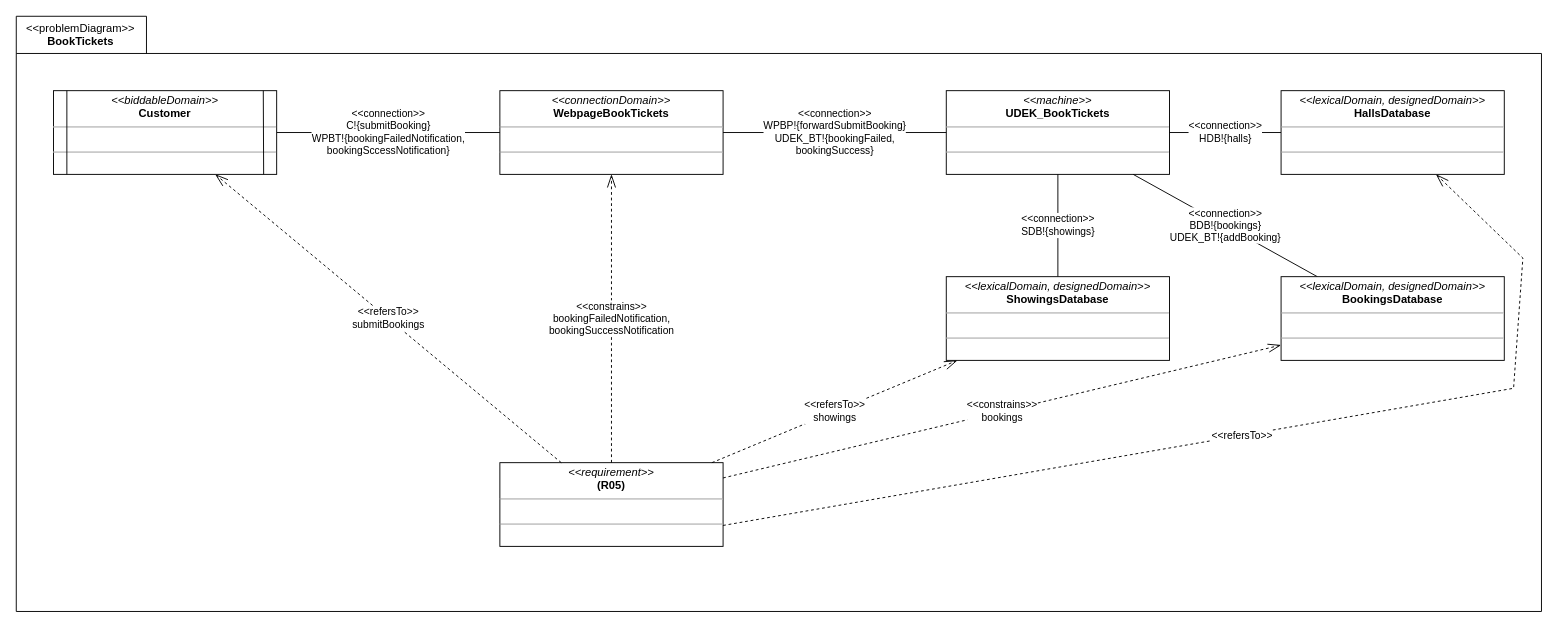
Above: page "PD" (1 of 2) of a03_problem_diagram_3.drawio in melvdlin/swtlab (draw.io), before the change. Source tidied: cells renumbered, new cells numbered last; positions are measured from the earlier drawing's top-left corner, leaving out a move shared by most shapes. Both pictures are drawn from the tidied source at 93%, with x=0, y=0 at pixel (16, 16).
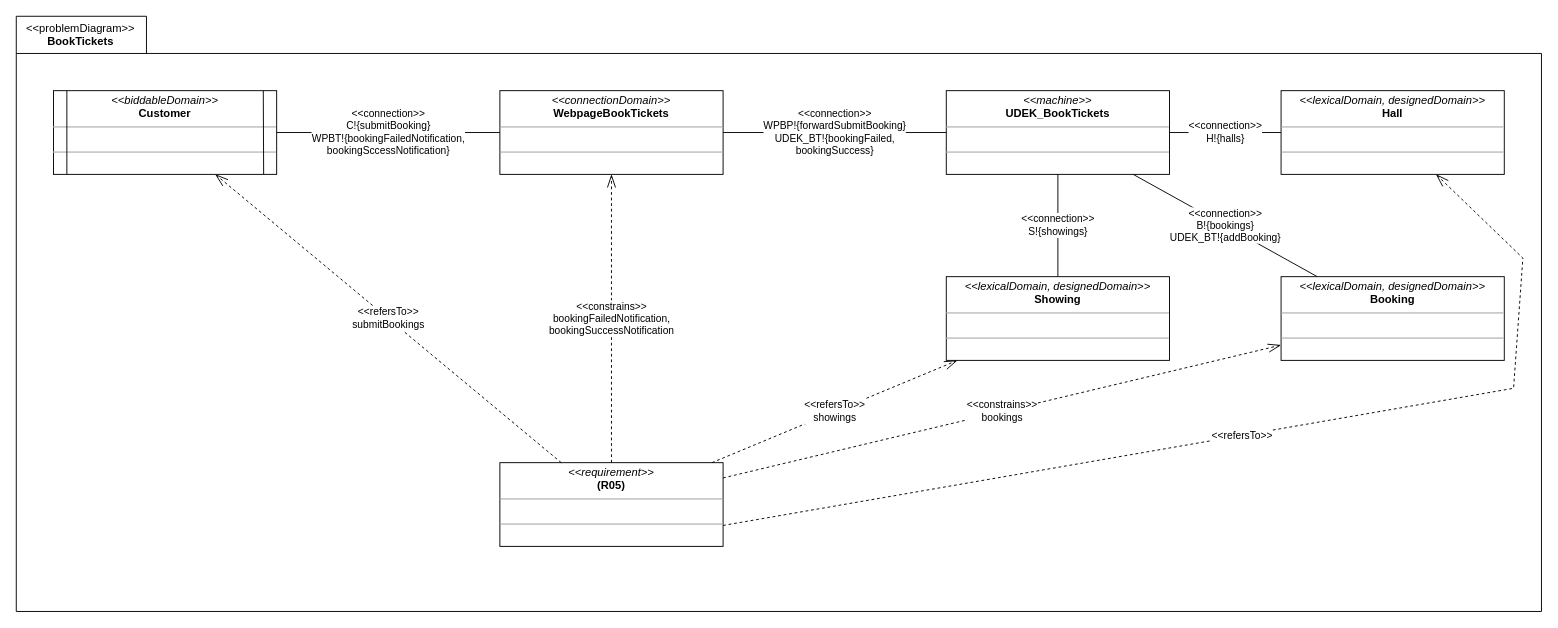
After the change.

Unchanged cells that the change refers to:
```xml
<mxCell id="3" style="group;" parent="2" vertex="1">
  <mxGeometry x="40" y="80" width="1580" height="490" as="geometry" />
</mxCell>
<mxCell id="5" value="&lt;p style=&quot;margin: 0px ; margin-top: 4px ; text-align: center&quot;&gt;&lt;i&gt;&amp;lt;&amp;lt;machine&amp;gt;&amp;gt;&lt;/i&gt;&lt;br&gt;&lt;b&gt;UDEK_BookTickets&lt;/b&gt;&lt;/p&gt;&lt;hr size=&quot;1&quot;&gt;&lt;p style=&quot;margin: 0px ; margin-left: 4px&quot;&gt;&lt;br&gt;&lt;/p&gt;&lt;hr size=&quot;1&quot;&gt;&lt;p style=&quot;margin: 0px ; margin-left: 4px&quot;&gt;&lt;br&gt;&lt;/p&gt;" style="verticalAlign=top;align=left;overflow=fill;fontSize=12;fontFamily=Helvetica;html=1;rounded=0;shadow=0;glass=0;comic=0;sketch=0;fontColor=default;gradientColor=none;" parent="3" vertex="1">
  <mxGeometry x="960" width="240" height="90" as="geometry" />
</mxCell>
```

Diff of the diagram source:
```diff
@@
-    <mxCell id="11" value="&amp;lt;&amp;lt;connection&amp;gt;&amp;gt;&lt;br&gt;BDB!{bookings}&lt;br&gt;UDEK_BT!{addBooking}" style="edgeStyle=none;rounded=0;jettySize=auto;html=1;endArrow=none;endFill=0;" parent="3" edge="1" source="12" target="5">
+    <mxCell id="11" value="&amp;lt;&amp;lt;connection&amp;gt;&amp;gt;&lt;br&gt;B!{bookings}&lt;br&gt;UDEK_BT!{addBooking}" style="edgeStyle=none;rounded=0;jettySize=auto;html=1;endArrow=none;endFill=0;" parent="3" edge="1" source="12" target="5">
       <mxGeometry relative="1" as="geometry" />
     </mxCell>
-    <mxCell id="12" value="&lt;p style=&quot;margin: 0px ; margin-top: 4px ; text-align: center&quot;&gt;&lt;i&gt;&amp;lt;&amp;lt;lexicalDomain, designedDomain&amp;gt;&amp;gt;&lt;/i&gt;&lt;br&gt;&lt;b&gt;BookingsDatabase&lt;/b&gt;&lt;/p&gt;&lt;hr size=&quot;1&quot;&gt;&lt;p style=&quot;margin: 0px ; margin-left: 4px&quot;&gt;&lt;br&gt;&lt;/p&gt;&lt;hr size=&quot;1&quot;&gt;&lt;p style=&quot;margin: 0px ; margin-left: 4px&quot;&gt;&lt;br&gt;&lt;/p&gt;" style="verticalAlign=top;align=left;overflow=fill;fontSize=12;fontFamily=Helvetica;html=1;rounded=0;shadow=0;glass=0;comic=0;sketch=0;fontColor=default;gradientColor=none;strokeWidth=1;" parent="3" vertex="1">
+    <mxCell id="12" value="&lt;p style=&quot;margin: 0px ; margin-top: 4px ; text-align: center&quot;&gt;&lt;i&gt;&amp;lt;&amp;lt;lexicalDomain, designedDomain&amp;gt;&amp;gt;&lt;/i&gt;&lt;br&gt;&lt;b&gt;Booking&lt;/b&gt;&lt;/p&gt;&lt;hr size=&quot;1&quot;&gt;&lt;p style=&quot;margin: 0px ; margin-left: 4px&quot;&gt;&lt;br&gt;&lt;/p&gt;&lt;hr size=&quot;1&quot;&gt;&lt;p style=&quot;margin: 0px ; margin-left: 4px&quot;&gt;&lt;br&gt;&lt;/p&gt;" style="verticalAlign=top;align=left;overflow=fill;fontSize=12;fontFamily=Helvetica;html=1;rounded=0;shadow=0;glass=0;comic=0;sketch=0;fontColor=default;gradientColor=none;strokeWidth=1;" parent="3" vertex="1">
       <mxGeometry x="1320" y="200" width="240" height="90" as="geometry" />
     </mxCell>
@@
-    <mxCell id="15" value="&amp;lt;&amp;lt;connection&amp;gt;&amp;gt;&lt;br&gt;SDB!{showings}" style="edgeStyle=none;rounded=0;jettySize=auto;html=1;endArrow=none;endFill=0;startSize=12;endSize=12;" parent="3" edge="1" source="16" target="5">
+    <mxCell id="15" value="&amp;lt;&amp;lt;connection&amp;gt;&amp;gt;&lt;br&gt;S!{showings}" style="edgeStyle=none;rounded=0;jettySize=auto;html=1;endArrow=none;endFill=0;startSize=12;endSize=12;" parent="3" edge="1" source="16" target="5">
       <mxGeometry relative="1" as="geometry" />
     </mxCell>
-    <mxCell id="16" value="&lt;p style=&quot;margin: 0px ; margin-top: 4px ; text-align: center&quot;&gt;&lt;i&gt;&amp;lt;&amp;lt;lexicalDomain, designedDomain&amp;gt;&amp;gt;&lt;/i&gt;&lt;br&gt;&lt;b&gt;ShowingsDatabase&lt;/b&gt;&lt;/p&gt;&lt;hr size=&quot;1&quot;&gt;&lt;p style=&quot;margin: 0px ; margin-left: 4px&quot;&gt;&lt;br&gt;&lt;/p&gt;&lt;hr size=&quot;1&quot;&gt;&lt;p style=&quot;margin: 0px ; margin-left: 4px&quot;&gt;&lt;br&gt;&lt;/p&gt;" style="verticalAlign=top;align=left;overflow=fill;fontSize=12;fontFamily=Helvetica;html=1;rounded=0;shadow=0;glass=0;comic=0;sketch=0;fontColor=default;gradientColor=none;strokeWidth=1;" parent="3" vertex="1">
+    <mxCell id="16" value="&lt;p style=&quot;margin: 0px ; margin-top: 4px ; text-align: center&quot;&gt;&lt;i&gt;&amp;lt;&amp;lt;lexicalDomain, designedDomain&amp;gt;&amp;gt;&lt;/i&gt;&lt;br&gt;&lt;b&gt;Showing&lt;/b&gt;&lt;/p&gt;&lt;hr size=&quot;1&quot;&gt;&lt;p style=&quot;margin: 0px ; margin-left: 4px&quot;&gt;&lt;br&gt;&lt;/p&gt;&lt;hr size=&quot;1&quot;&gt;&lt;p style=&quot;margin: 0px ; margin-left: 4px&quot;&gt;&lt;br&gt;&lt;/p&gt;" style="verticalAlign=top;align=left;overflow=fill;fontSize=12;fontFamily=Helvetica;html=1;rounded=0;shadow=0;glass=0;comic=0;sketch=0;fontColor=default;gradientColor=none;strokeWidth=1;" parent="3" vertex="1">
       <mxGeometry x="960" y="200" width="240" height="90" as="geometry" />
     </mxCell>
-    <mxCell id="17" value="&amp;lt;&amp;lt;connection&amp;gt;&amp;gt;&lt;br&gt;HDB!{halls}" style="edgeStyle=none;rounded=0;jettySize=auto;html=1;endArrow=none;endFill=0;startSize=12;endSize=12;" parent="3" edge="1" source="18" target="5">
+    <mxCell id="17" value="&amp;lt;&amp;lt;connection&amp;gt;&amp;gt;&lt;br&gt;H!{halls}" style="edgeStyle=none;rounded=0;jettySize=auto;html=1;endArrow=none;endFill=0;startSize=12;endSize=12;" parent="3" edge="1" source="18" target="5">
       <mxGeometry relative="1" as="geometry" />
     </mxCell>
-    <mxCell id="18" value="&lt;p style=&quot;margin: 0px ; margin-top: 4px ; text-align: center&quot;&gt;&lt;i&gt;&amp;lt;&amp;lt;lexicalDomain, designedDomain&amp;gt;&amp;gt;&lt;/i&gt;&lt;br&gt;&lt;b&gt;HallsDatabase&lt;/b&gt;&lt;/p&gt;&lt;hr size=&quot;1&quot;&gt;&lt;p style=&quot;margin: 0px ; margin-left: 4px&quot;&gt;&lt;br&gt;&lt;/p&gt;&lt;hr size=&quot;1&quot;&gt;&lt;p style=&quot;margin: 0px ; margin-left: 4px&quot;&gt;&lt;br&gt;&lt;/p&gt;" style="verticalAlign=top;align=left;overflow=fill;fontSize=12;fontFamily=Helvetica;html=1;rounded=0;shadow=0;glass=0;comic=0;sketch=0;fontColor=default;gradientColor=none;strokeWidth=1;" parent="3" vertex="1">
+    <mxCell id="18" value="&lt;p style=&quot;margin: 0px ; margin-top: 4px ; text-align: center&quot;&gt;&lt;i&gt;&amp;lt;&amp;lt;lexicalDomain, designedDomain&amp;gt;&amp;gt;&lt;/i&gt;&lt;br&gt;&lt;b&gt;Hall&lt;/b&gt;&lt;/p&gt;&lt;hr size=&quot;1&quot;&gt;&lt;p style=&quot;margin: 0px ; margin-left: 4px&quot;&gt;&lt;br&gt;&lt;/p&gt;&lt;hr size=&quot;1&quot;&gt;&lt;p style=&quot;margin: 0px ; margin-left: 4px&quot;&gt;&lt;br&gt;&lt;/p&gt;" style="verticalAlign=top;align=left;overflow=fill;fontSize=12;fontFamily=Helvetica;html=1;rounded=0;shadow=0;glass=0;comic=0;sketch=0;fontColor=default;gradientColor=none;strokeWidth=1;" parent="3" vertex="1">
       <mxGeometry x="1320" width="240" height="90" as="geometry" />
     </mxCell>
```
